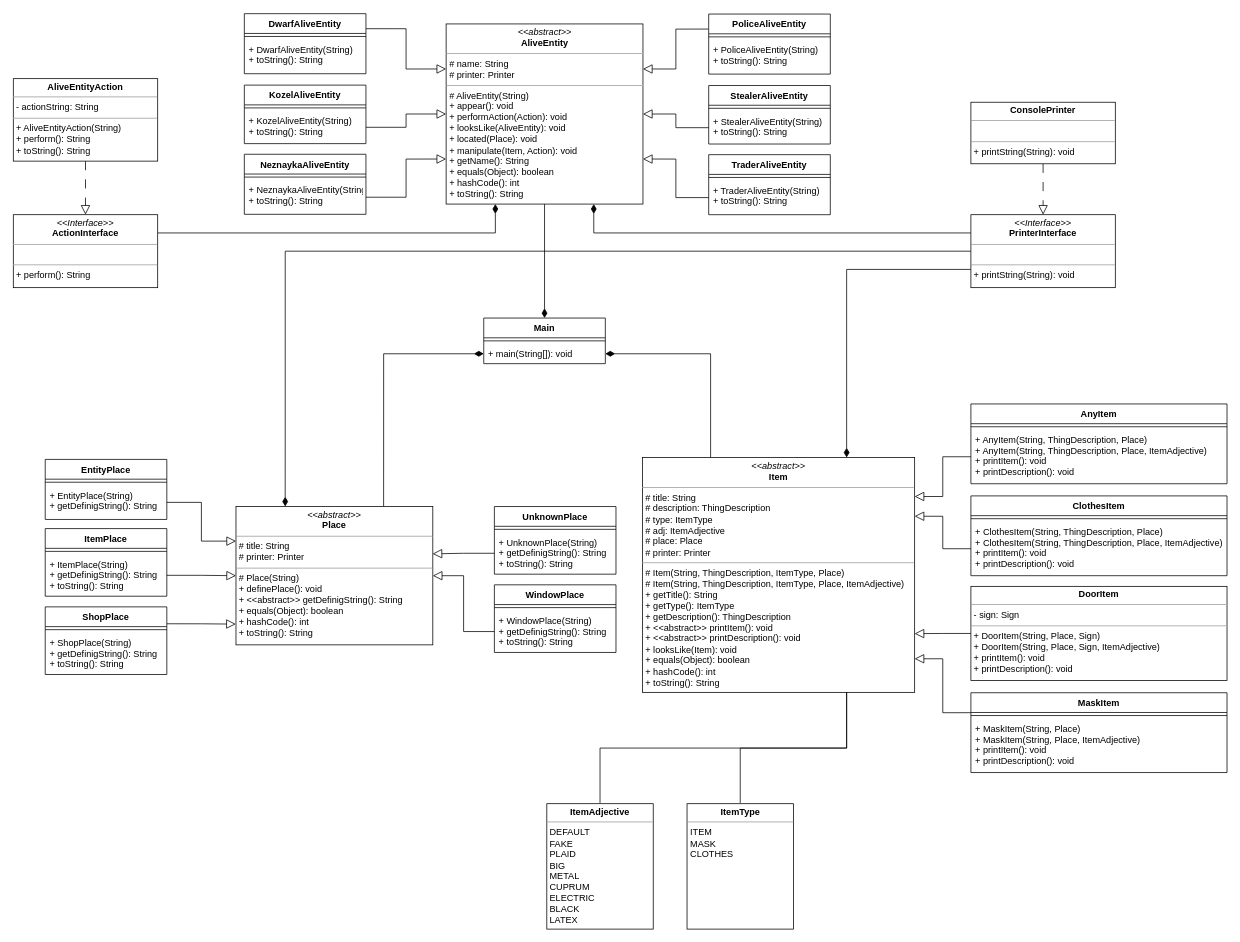
lxstcxntxry/ITMO-project keeps this draw.io diagram as 1 sem 4 lab/123.drawio. Above is the earlier version. Source tidied: cells renumbered, new cells numbered last; positions are measured from the earlier drawing's top-left corner, leaving out a move shared by most shapes. Both pictures are drawn from the tidied source at 76%, with x=0, y=0 at pixel (13, 13).
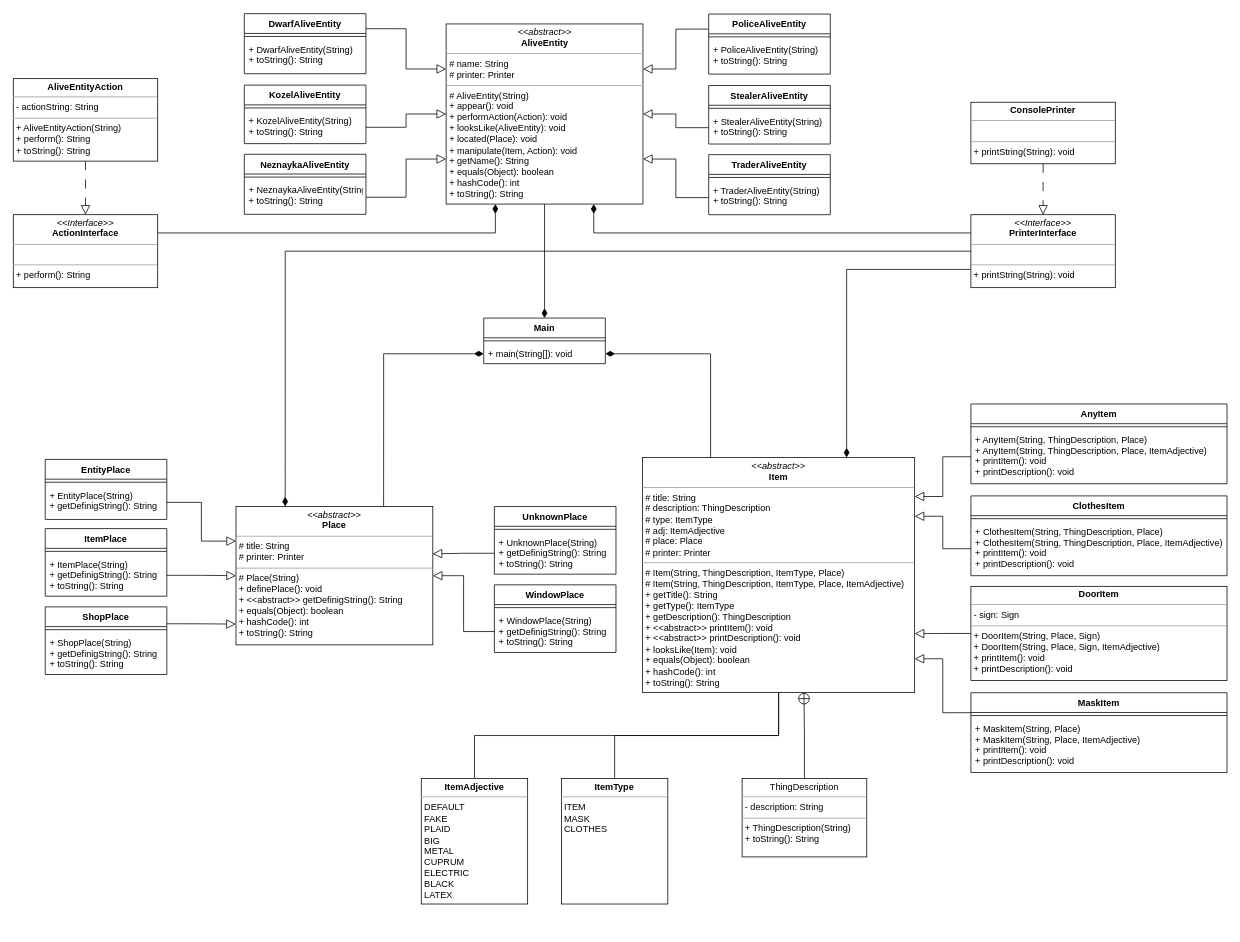
The same diagram, later.

Unchanged cells that the change refers to:
```xml
<mxCell id="28" value="&lt;p style=&quot;margin:0px;margin-top:4px;text-align:center;&quot;&gt;&lt;i&gt;&amp;lt;&amp;lt;abstract&amp;gt;&amp;gt;&lt;/i&gt;&lt;br&gt;&lt;b&gt;Item&lt;/b&gt;&lt;/p&gt;&lt;hr size=&quot;1&quot;&gt;&lt;p style=&quot;margin:0px;margin-left:4px;&quot;&gt;# title: String&lt;/p&gt;&lt;p style=&quot;margin:0px;margin-left:4px;&quot;&gt;# description: ThingDescription&lt;/p&gt;&lt;p style=&quot;margin:0px;margin-left:4px;&quot;&gt;# type: ItemType&lt;/p&gt;&lt;p style=&quot;margin:0px;margin-left:4px;&quot;&gt;# adj: ItemAdjective&lt;br&gt;# place: Place&lt;/p&gt;&lt;p style=&quot;margin:0px;margin-left:4px;&quot;&gt;# printer: Printer&lt;/p&gt;&lt;hr size=&quot;1&quot;&gt;&lt;p style=&quot;margin: 0px 0px 0px 4px;&quot;&gt;# Item(String, ThingDescription, ItemType, Place)&lt;/p&gt;&lt;p style=&quot;margin: 0px 0px 0px 4px;&quot;&gt;# Item(String, ThingDescription, ItemType, Place, ItemAdjective)&lt;br&gt;&lt;/p&gt;&lt;p style=&quot;margin: 0px 0px 0px 4px;&quot;&gt;+ getTitle(): String&lt;/p&gt;&lt;p style=&quot;margin: 0px 0px 0px 4px;&quot;&gt;+ getType(): ItemType&lt;/p&gt;&lt;p style=&quot;margin: 0px 0px 0px 4px;&quot;&gt;+ getDescription(): ThingDescription&lt;/p&gt;&lt;p style=&quot;margin: 0px 0px 0px 4px;&quot;&gt;+ &amp;lt;&amp;lt;abstract&amp;gt;&amp;gt; printItem(): void&lt;/p&gt;&lt;p style=&quot;margin: 0px 0px 0px 4px;&quot;&gt;+ &amp;lt;&amp;lt;abstract&amp;gt;&amp;gt; printDescription(): void&lt;/p&gt;&lt;p style=&quot;margin: 0px 0px 0px 4px;&quot;&gt;+ looksLike(Item): void&lt;/p&gt;&lt;p style=&quot;border-color: var(--border-color); margin: 0px 0px 0px 4px;&quot;&gt;+ equals(Object): boolean&lt;/p&gt;&lt;p style=&quot;border-color: var(--border-color); margin: 0px 0px 0px 4px;&quot;&gt;+ hashCode(): int&lt;/p&gt;&lt;p style=&quot;border-color: var(--border-color); margin: 0px 0px 0px 4px;&quot;&gt;+ toString(): String&lt;/p&gt;" style="verticalAlign=top;align=left;overflow=fill;fontSize=12;fontFamily=Helvetica;html=1;" parent="1" vertex="1">
  <mxGeometry x="828" y="584.5" width="358" height="309" as="geometry" />
</mxCell>
```

What changed in the source:
```diff
@@
-    <mxCell id="43" style="edgeStyle=orthogonalEdgeStyle;rounded=0;jettySize=auto;html=1;exitX=0.5;exitY=0;exitDx=0;exitDy=0;entryX=0.75;entryY=1;entryDx=0;entryDy=0;endArrow=none;endFill=0;startSize=6;endSize=10;" parent="1" edge="1" source="44" target="28">
+    <mxCell id="43" style="edgeStyle=orthogonalEdgeStyle;rounded=0;jettySize=auto;html=1;exitX=0.5;exitY=0;exitDx=0;exitDy=0;endArrow=none;endFill=0;" parent="1" edge="1" source="44" target="28">
       <mxGeometry relative="1" as="geometry" />
     </mxCell>
     <mxCell id="44" value="&lt;p style=&quot;margin:0px;margin-top:4px;text-align:center;&quot;&gt;&lt;b&gt;ItemAdjective&lt;/b&gt;&lt;/p&gt;&lt;hr size=&quot;1&quot;&gt;&lt;div style=&quot;height:2px;&quot;&gt;&lt;p style=&quot;margin: 0px 0px 0px 4px;&quot;&gt;DEFAULT&lt;/p&gt;&lt;p style=&quot;margin: 0px 0px 0px 4px;&quot;&gt;FAKE&lt;/p&gt;&lt;p style=&quot;margin: 0px 0px 0px 4px;&quot;&gt;PLAID&lt;/p&gt;&lt;p style=&quot;margin: 0px 0px 0px 4px;&quot;&gt;BIG&lt;/p&gt;&lt;p style=&quot;margin: 0px 0px 0px 4px;&quot;&gt;METAL&lt;/p&gt;&lt;p style=&quot;margin: 0px 0px 0px 4px;&quot;&gt;CUPRUM&lt;/p&gt;&lt;p style=&quot;margin: 0px 0px 0px 4px;&quot;&gt;ELECTRIC&lt;/p&gt;&lt;p style=&quot;margin: 0px 0px 0px 4px;&quot;&gt;BLACK&lt;/p&gt;&lt;p style=&quot;margin: 0px 0px 0px 4px;&quot;&gt;LATEX&lt;/p&gt;&lt;/div&gt;" style="verticalAlign=top;align=left;overflow=fill;fontSize=12;fontFamily=Helvetica;html=1;strokeWidth=1;perimeterSpacing=1;" parent="1" vertex="1">
-      <mxGeometry x="702" y="1040" width="140" height="165" as="geometry" />
+      <mxGeometry x="536.8" y="1007" width="140" height="165" as="geometry" />
     </mxCell>
-    <mxCell id="45" style="edgeStyle=orthogonalEdgeStyle;rounded=0;jettySize=auto;html=1;exitX=0.5;exitY=0;exitDx=0;exitDy=0;entryX=0.75;entryY=1;entryDx=0;entryDy=0;endArrow=none;endFill=0;startSize=6;endSize=10;" parent="1" edge="1" source="46" target="28">
+    <mxCell id="45" style="edgeStyle=orthogonalEdgeStyle;rounded=0;jettySize=auto;html=1;exitX=0.5;exitY=0;exitDx=0;exitDy=0;entryX=0.5;entryY=1;entryDx=0;entryDy=0;endArrow=none;endFill=0;" parent="1" edge="1" source="46" target="28">
       <mxGeometry relative="1" as="geometry" />
     </mxCell>
     <mxCell id="46" value="&lt;p style=&quot;margin:0px;margin-top:4px;text-align:center;&quot;&gt;&lt;b&gt;ItemType&lt;/b&gt;&lt;/p&gt;&lt;hr size=&quot;1&quot;&gt;&lt;div style=&quot;height:2px;&quot;&gt;&lt;p style=&quot;margin: 0px 0px 0px 4px;&quot;&gt;ITEM&lt;/p&gt;&lt;p style=&quot;margin: 0px 0px 0px 4px;&quot;&gt;MASK&lt;/p&gt;&lt;p style=&quot;margin: 0px 0px 0px 4px;&quot;&gt;CLOTHES&lt;/p&gt;&lt;/div&gt;" style="verticalAlign=top;align=left;overflow=fill;fontSize=12;fontFamily=Helvetica;html=1;strokeWidth=1;perimeterSpacing=1;" parent="1" vertex="1">
-      <mxGeometry x="886.5" y="1040" width="140" height="165" as="geometry" />
+      <mxGeometry x="721.2" y="1007" width="140" height="165" as="geometry" />
     </mxCell>
@@
+    <mxCell id="83" style="edgeStyle=orthogonalEdgeStyle;rounded=0;jettySize=auto;html=1;exitX=0.5;exitY=0;exitDx=0;exitDy=0;entryX=0.593;entryY=1.001;entryDx=0;entryDy=0;entryPerimeter=0;endArrow=circlePlus;endFill=0;" parent="1" edge="1" source="84" target="28">
+      <mxGeometry relative="1" as="geometry" />
+    </mxCell>
+    <mxCell id="84" value="&lt;p style=&quot;margin:0px;margin-top:4px;text-align:center;&quot;&gt;ThingDescription&lt;/p&gt;&lt;hr size=&quot;1&quot;&gt;&lt;p style=&quot;margin:0px;margin-left:4px;&quot;&gt;- description: String&lt;/p&gt;&lt;hr size=&quot;1&quot;&gt;&lt;p style=&quot;margin: 0px 0px 0px 4px;&quot;&gt;+ ThingDescription(String)&lt;/p&gt;&lt;p style=&quot;margin: 0px 0px 0px 4px;&quot;&gt;+ toString(): String&lt;/p&gt;" style="verticalAlign=top;align=left;overflow=fill;fontSize=12;fontFamily=Helvetica;html=1;" parent="1" vertex="1">
+      <mxGeometry x="959" y="1007" width="164" height="103" as="geometry" />
+    </mxCell>
```
